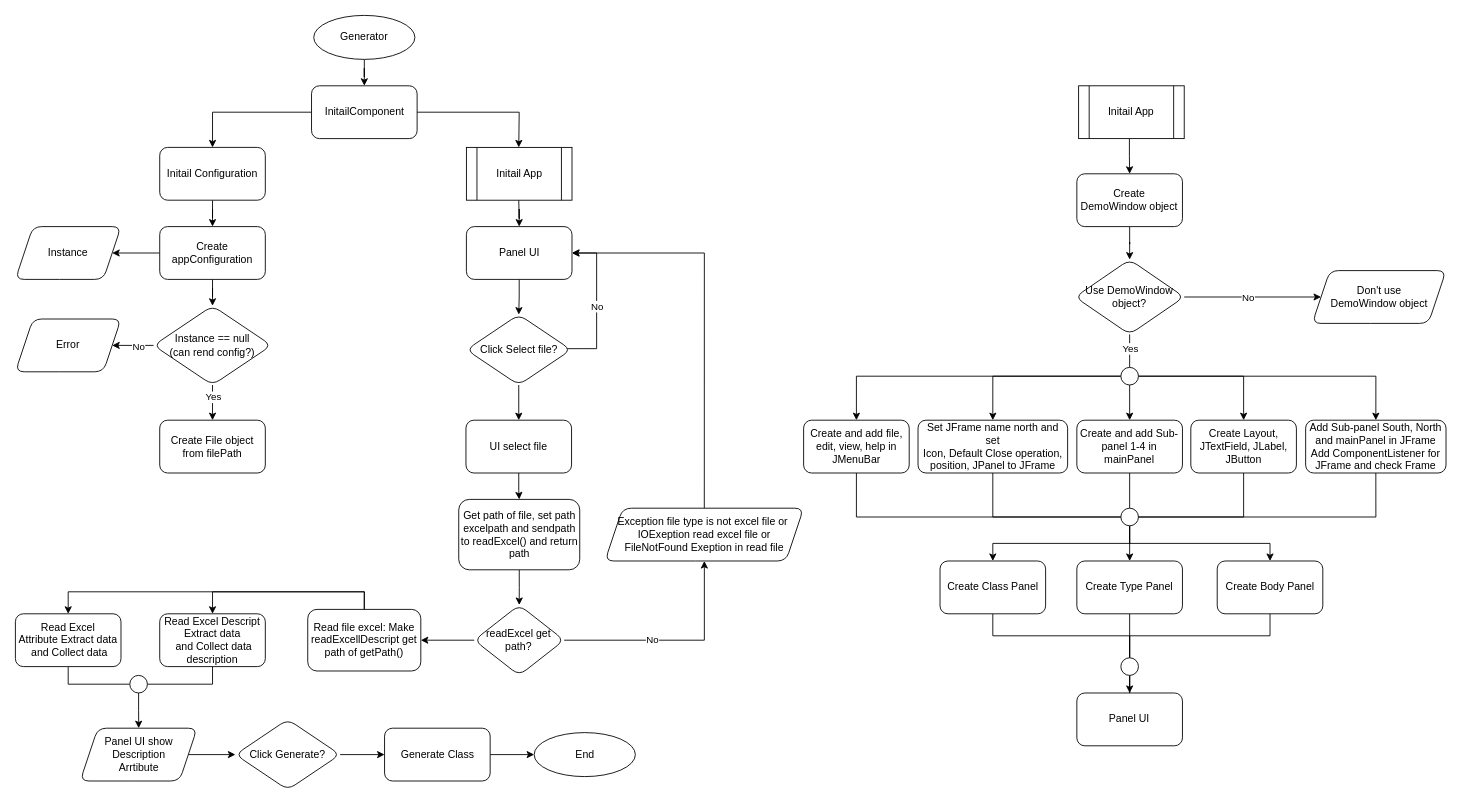
MangkhaletSuad/MangkhaletSuad keeps this draw.io diagram as Untitled Diagram.drawio. Above is the earlier version. Source tidied: cells renumbered, new cells numbered last; positions are measured from the earlier drawing's top-left corner, leaving out a move shared by most shapes. Both pictures are drawn from the tidied source at 88%, with x=0, y=0 at pixel (15, 15).
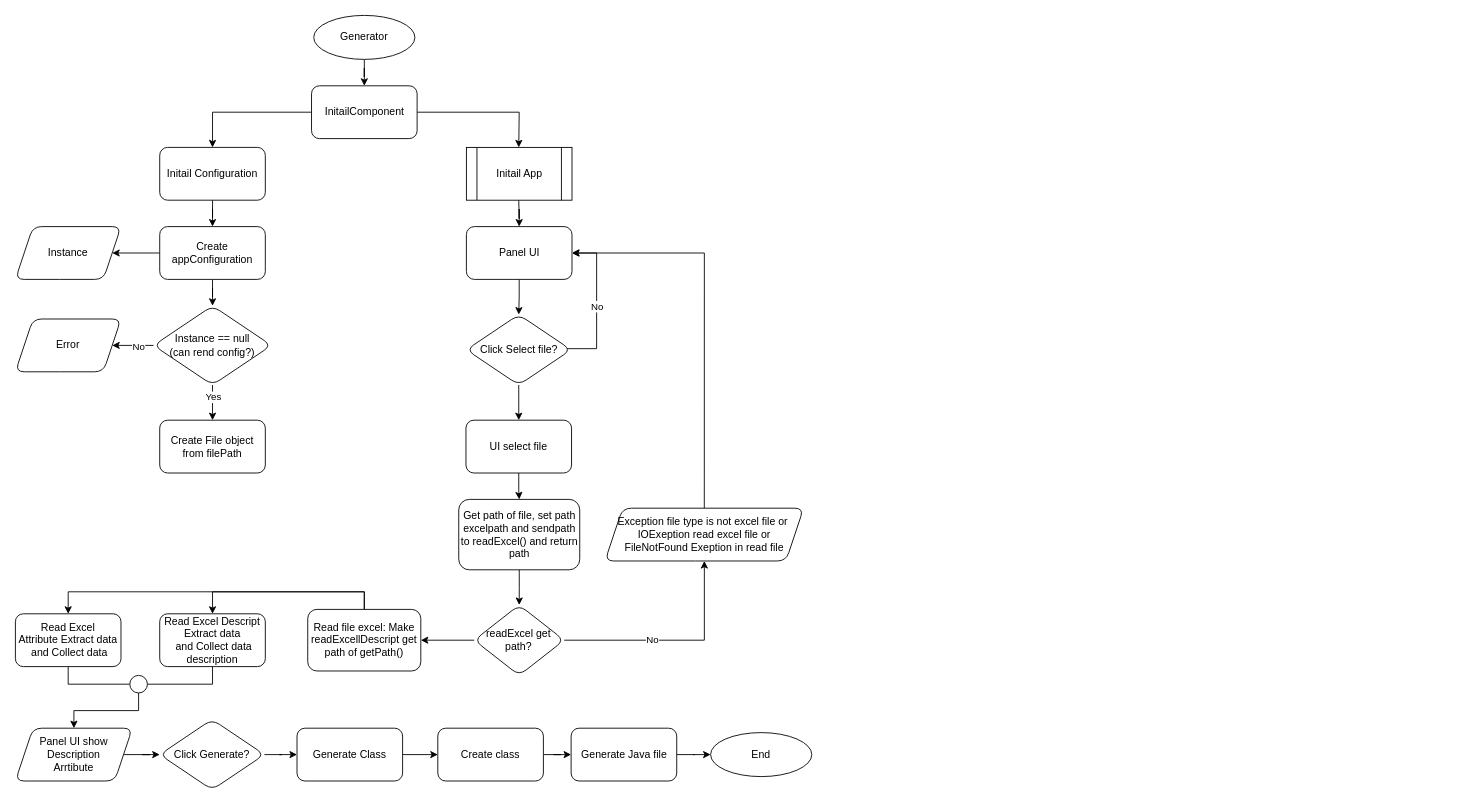
Above is the later version.

Change to the diagram source:
```diff
@@
-    <mxCell id="21" style="edgeStyle=orthogonalEdgeStyle;rounded=0;jettySize=auto;html=1;" parent="1" edge="1" source="22" target="25">
-      <mxGeometry relative="1" as="geometry" />
-    </mxCell>
-    <mxCell id="22" value="Create&lt;br&gt;DemoWindow object" style="rounded=1;whiteSpace=wrap;html=1;" parent="1" vertex="1">
-      <mxGeometry x="1206.2" y="180" width="120" height="60" as="geometry" />
-    </mxCell>
-    <mxCell id="23" style="edgeStyle=orthogonalEdgeStyle;rounded=0;jettySize=auto;html=1;" parent="1" edge="1" source="25" target="26">
-      <mxGeometry relative="1" as="geometry" />
-    </mxCell>
-    <mxCell id="24" value="No" style="edgeLabel;html=1;align=center;verticalAlign=middle;" parent="23" vertex="1">
-      <mxGeometry x="-0.08" relative="1" as="geometry" />
-    </mxCell>
-    <mxCell id="25" value="Use DemoWindow object?" style="rhombus;whiteSpace=wrap;html=1;rounded=1;" parent="1" vertex="1">
-      <mxGeometry x="1204.2" y="277.5" width="124" height="85" as="geometry" />
-    </mxCell>
-    <mxCell id="26" value="Don't use &lt;br&gt;DemoWindow object" style="shape=parallelogram;perimeter=parallelogramPerimeter;whiteSpace=wrap;html=1;fixedSize=1;rounded=1;" parent="1" vertex="1">
-      <mxGeometry x="1473.7" y="290" width="152" height="60" as="geometry" />
-    </mxCell>
-    <mxCell id="27" style="edgeStyle=orthogonalEdgeStyle;rounded=0;jettySize=auto;html=1;exitX=0.5;exitY=1;exitDx=0;exitDy=0;entryX=0;entryY=0.5;entryDx=0;entryDy=0;endArrow=none;endFill=0;" parent="1" edge="1" source="28" target="50">
-      <mxGeometry relative="1" as="geometry" />
-    </mxCell>
-    <mxCell id="28" value="Create and add file, edit, view, help in JMenuBar" style="rounded=1;whiteSpace=wrap;html=1;" parent="1" vertex="1">
-      <mxGeometry x="895.7" y="460" width="120" height="60" as="geometry" />
-    </mxCell>
-    <mxCell id="29" style="edgeStyle=orthogonalEdgeStyle;rounded=0;jettySize=auto;html=1;entryX=0;entryY=0.5;entryDx=0;entryDy=0;endArrow=none;endFill=0;" parent="1" edge="1" source="30" target="50">
-      <mxGeometry relative="1" as="geometry">
-        <Array as="points">
-          <mxPoint x="1110.7" y="570" />
-        </Array>
-      </mxGeometry>
-    </mxCell>
-    <mxCell id="30" value="Set JFrame name north and set &lt;br&gt;Icon, Default Close operation, position, JPanel to JFrame" style="whiteSpace=wrap;html=1;rounded=1;align=center;" parent="1" vertex="1">
-      <mxGeometry x="1025.7" y="460" width="170" height="60" as="geometry" />
-    </mxCell>
@@
-    <mxCell id="33" style="edgeStyle=orthogonalEdgeStyle;rounded=0;jettySize=auto;html=1;endArrow=none;endFill=0;" parent="1" edge="1" source="25" target="40">
-      <mxGeometry relative="1" as="geometry">
-        <Array as="points">
-          <mxPoint x="1266.7" y="410" />
-        </Array>
-      </mxGeometry>
-    </mxCell>
-    <mxCell id="34" value="Yes" style="edgeLabel;html=1;align=center;verticalAlign=middle;" parent="33" vertex="1">
-      <mxGeometry x="-0.34" relative="1" as="geometry">
-        <mxPoint y="4" as="offset" />
-      </mxGeometry>
-    </mxCell>
-    <mxCell id="35" style="edgeStyle=orthogonalEdgeStyle;rounded=0;jettySize=auto;html=1;exitX=0;exitY=0.5;exitDx=0;exitDy=0;entryX=0.5;entryY=0;entryDx=0;entryDy=0;" parent="1" edge="1" source="40" target="28">
-      <mxGeometry relative="1" as="geometry" />
-    </mxCell>
-    <mxCell id="36" style="edgeStyle=orthogonalEdgeStyle;rounded=0;jettySize=auto;html=1;exitX=0;exitY=0.5;exitDx=0;exitDy=0;entryX=0.5;entryY=0;entryDx=0;entryDy=0;" parent="1" edge="1" source="40" target="30">
-      <mxGeometry relative="1" as="geometry" />
-    </mxCell>
-    <mxCell id="37" style="edgeStyle=orthogonalEdgeStyle;rounded=0;jettySize=auto;html=1;" parent="1" edge="1" source="40" target="42">
-      <mxGeometry relative="1" as="geometry" />
-    </mxCell>
-    <mxCell id="38" style="edgeStyle=orthogonalEdgeStyle;rounded=0;jettySize=auto;html=1;" parent="1" edge="1" source="40" target="44">
-      <mxGeometry relative="1" as="geometry" />
-    </mxCell>
-    <mxCell id="39" style="edgeStyle=orthogonalEdgeStyle;rounded=0;jettySize=auto;html=1;exitX=1;exitY=0.5;exitDx=0;exitDy=0;entryX=0.5;entryY=0;entryDx=0;entryDy=0;" parent="1" edge="1" source="40" target="46">
-      <mxGeometry relative="1" as="geometry" />
-    </mxCell>
-    <mxCell id="40" style="ellipse;whiteSpace=wrap;html=1;" parent="1" vertex="1">
-      <mxGeometry x="1256.2" y="400" width="20" height="20" as="geometry" />
-    </mxCell>
-    <mxCell id="41" style="edgeStyle=orthogonalEdgeStyle;rounded=0;jettySize=auto;html=1;endArrow=none;endFill=0;" parent="1" edge="1" source="42" target="50">
-      <mxGeometry relative="1" as="geometry" />
-    </mxCell>
-    <mxCell id="42" value="Create and add Sub-panel 1-4 in mainPanel" style="rounded=1;whiteSpace=wrap;html=1;" parent="1" vertex="1">
-      <mxGeometry x="1206.2" y="460" width="120" height="60" as="geometry" />
-    </mxCell>
-    <mxCell id="43" style="edgeStyle=orthogonalEdgeStyle;rounded=0;jettySize=auto;html=1;exitX=0.5;exitY=1;exitDx=0;exitDy=0;entryX=1;entryY=0.5;entryDx=0;entryDy=0;endArrow=none;endFill=0;" parent="1" edge="1" source="44" target="50">
-      <mxGeometry relative="1" as="geometry" />
-    </mxCell>
-    <mxCell id="44" value="Create Layout, JTextField, JLabel, JButton" style="rounded=1;whiteSpace=wrap;html=1;" parent="1" vertex="1">
-      <mxGeometry x="1335.7" y="460" width="120" height="60" as="geometry" />
-    </mxCell>
-    <mxCell id="45" style="edgeStyle=orthogonalEdgeStyle;rounded=0;jettySize=auto;html=1;exitX=0.5;exitY=1;exitDx=0;exitDy=0;entryX=1;entryY=0.5;entryDx=0;entryDy=0;endArrow=none;endFill=0;" parent="1" edge="1" source="46" target="50">
-      <mxGeometry relative="1" as="geometry" />
-    </mxCell>
-    <mxCell id="46" value="Add Sub-panel South, North and mainPanel in JFrame&lt;br&gt;Add ComponentListener for JFrame and check Frame" style="rounded=1;whiteSpace=wrap;html=1;" parent="1" vertex="1">
-      <mxGeometry x="1466.2" y="460" width="159.5" height="60" as="geometry" />
-    </mxCell>
-    <mxCell id="47" style="edgeStyle=orthogonalEdgeStyle;rounded=0;jettySize=auto;html=1;exitX=0.5;exitY=1;exitDx=0;exitDy=0;entryX=0.5;entryY=0;entryDx=0;entryDy=0;" parent="1" edge="1" source="50" target="62">
-      <mxGeometry relative="1" as="geometry" />
-    </mxCell>
-    <mxCell id="48" style="edgeStyle=orthogonalEdgeStyle;rounded=0;jettySize=auto;html=1;exitX=0.5;exitY=1;exitDx=0;exitDy=0;entryX=0.5;entryY=0;entryDx=0;entryDy=0;" parent="1" edge="1" source="50" target="64">
-      <mxGeometry relative="1" as="geometry" />
-    </mxCell>
-    <mxCell id="49" style="edgeStyle=orthogonalEdgeStyle;rounded=0;jettySize=auto;html=1;exitX=0.5;exitY=1;exitDx=0;exitDy=0;entryX=0.5;entryY=0;entryDx=0;entryDy=0;" parent="1" edge="1" source="50" target="66">
-      <mxGeometry relative="1" as="geometry" />
-    </mxCell>
-    <mxCell id="50" style="ellipse;whiteSpace=wrap;html=1;" parent="1" vertex="1">
-      <mxGeometry x="1256.2" y="560" width="20" height="20" as="geometry" />
-    </mxCell>
@@
-    <mxCell id="61" style="edgeStyle=orthogonalEdgeStyle;rounded=0;jettySize=auto;html=1;exitX=0.5;exitY=1;exitDx=0;exitDy=0;endArrow=none;endFill=0;" parent="1" edge="1" source="62" target="68">
-      <mxGeometry relative="1" as="geometry" />
-    </mxCell>
-    <mxCell id="62" value="Create Class Panel" style="rounded=1;whiteSpace=wrap;html=1;" parent="1" vertex="1">
-      <mxGeometry x="1050.7" y="620" width="120" height="60" as="geometry" />
-    </mxCell>
-    <mxCell id="63" style="edgeStyle=orthogonalEdgeStyle;rounded=0;jettySize=auto;html=1;exitX=0.5;exitY=1;exitDx=0;exitDy=0;entryX=0.5;entryY=0;entryDx=0;entryDy=0;endArrow=none;endFill=0;" parent="1" edge="1" source="64" target="68">
-      <mxGeometry relative="1" as="geometry" />
-    </mxCell>
-    <mxCell id="64" value="Create Type Panel" style="rounded=1;whiteSpace=wrap;html=1;" parent="1" vertex="1">
-      <mxGeometry x="1206.2" y="620" width="120" height="60" as="geometry" />
-    </mxCell>
-    <mxCell id="65" style="edgeStyle=orthogonalEdgeStyle;rounded=0;jettySize=auto;html=1;exitX=0.5;exitY=1;exitDx=0;exitDy=0;entryX=0.5;entryY=0;entryDx=0;entryDy=0;endArrow=none;endFill=0;" parent="1" edge="1" source="66" target="68">
-      <mxGeometry relative="1" as="geometry" />
-    </mxCell>
-    <mxCell id="66" value="Create Body Panel" style="rounded=1;whiteSpace=wrap;html=1;" parent="1" vertex="1">
-      <mxGeometry x="1365.7" y="620" width="120" height="60" as="geometry" />
-    </mxCell>
-    <mxCell id="67" style="edgeStyle=orthogonalEdgeStyle;rounded=0;jettySize=auto;html=1;" parent="1" edge="1" source="68" target="74">
-      <mxGeometry relative="1" as="geometry" />
-    </mxCell>
-    <mxCell id="68" style="ellipse;whiteSpace=wrap;html=1;" parent="1" vertex="1">
-      <mxGeometry x="1256.2" y="730" width="20" height="20" as="geometry" />
-    </mxCell>
@@
-    <mxCell id="73" style="edgeStyle=orthogonalEdgeStyle;rounded=0;jettySize=auto;html=1;exitX=0.481;exitY=1;exitDx=0;exitDy=0;exitPerimeter=0;" parent="1" edge="1" source="91" target="22">
-      <mxGeometry relative="1" as="geometry" />
-    </mxCell>
-    <mxCell id="74" value="Panel UI" style="rounded=1;whiteSpace=wrap;html=1;" parent="1" vertex="1">
-      <mxGeometry x="1206.2" y="770" width="120" height="60" as="geometry" />
-    </mxCell>
@@
     <mxCell id="85" value="Click Generate?" style="rhombus;whiteSpace=wrap;html=1;rounded=1;" parent="1" vertex="1">
-      <mxGeometry x="250" y="800" width="119" height="80" as="geometry" />
+      <mxGeometry x="164" y="800" width="119" height="80" as="geometry" />
     </mxCell>
-    <mxCell id="86" style="edgeStyle=orthogonalEdgeStyle;rounded=0;jettySize=auto;html=1;" parent="1" edge="1" source="87" target="90">
-      <mxGeometry relative="1" as="geometry" />
-    </mxCell>
+    <mxCell id="93" style="edgeStyle=orthogonalEdgeStyle;rounded=0;jettySize=auto;html=1;" parent="1" edge="1" source="87" target="95">
+      <mxGeometry relative="1" as="geometry" />
+    </mxCell>
     <mxCell id="87" value="Generate Class" style="rounded=1;whiteSpace=wrap;html=1;" parent="1" vertex="1">
-      <mxGeometry x="419.5" y="810" width="120" height="60" as="geometry" />
+      <mxGeometry x="320" y="810" width="120" height="60" as="geometry" />
     </mxCell>
@@
     <mxCell id="89" value="Panel UI show&lt;br&gt;Description&lt;br&gt;Arrtibute" style="shape=parallelogram;perimeter=parallelogramPerimeter;whiteSpace=wrap;html=1;fixedSize=1;rounded=1;" parent="1" vertex="1">
-      <mxGeometry x="73.6" y="810" width="132.9" height="60" as="geometry" />
+      <mxGeometry y="810" width="132.9" height="60" as="geometry" />
     </mxCell>
     <mxCell id="90" value="End&lt;br&gt;" style="ellipse;whiteSpace=wrap;html=1;" parent="1" vertex="1">
-      <mxGeometry x="589.5" y="815" width="115" height="50" as="geometry" />
+      <mxGeometry x="790" y="815" width="115" height="50" as="geometry" />
     </mxCell>
-    <mxCell id="91" value="Initail App" style="shape=process;whiteSpace=wrap;html=1;backgroundOutline=1;" parent="1" vertex="1">
-      <mxGeometry x="1208.2" y="80" width="120" height="60" as="geometry" />
-    </mxCell>
@@
+    <mxCell id="94" style="edgeStyle=orthogonalEdgeStyle;rounded=0;jettySize=auto;html=1;" parent="1" edge="1" source="95" target="97">
+      <mxGeometry relative="1" as="geometry" />
+    </mxCell>
+    <mxCell id="95" value="Create class" style="whiteSpace=wrap;html=1;rounded=1;" parent="1" vertex="1">
+      <mxGeometry x="480" y="810" width="120" height="60" as="geometry" />
+    </mxCell>
+    <mxCell id="96" style="edgeStyle=orthogonalEdgeStyle;rounded=0;jettySize=auto;html=1;" parent="1" edge="1" source="97" target="90">
+      <mxGeometry relative="1" as="geometry" />
+    </mxCell>
+    <mxCell id="97" value="Generate Java file" style="whiteSpace=wrap;html=1;rounded=1;" parent="1" vertex="1">
+      <mxGeometry x="631.5" y="810" width="120" height="60" as="geometry" />
+    </mxCell>
```
